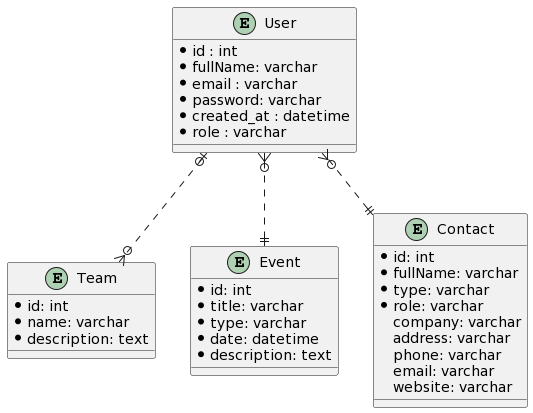
This is application/document/Database.png from Lukam90/Sym-CRM, a PlantUML export, as it was before one commit. Source of this version:
```plantuml
@startuml


entity User {
    *id : int
    *fullName: varchar
    *email : varchar
    *password: varchar
    *created_at : datetime
    *role : varchar
}


entity Team {
    *id: int
    *name: varchar
    *description: text
}


entity Event {
    *id: int
    *title: varchar
    *type: varchar
    *date: datetime
    *description: text
}


entity Contact {
    *id: int
    *fullName: varchar
    *type: varchar
    *role: varchar
    company: varchar
    address: varchar
    phone: varchar
    email: varchar
    website: varchar
}



User |o..o{ Team


User }o..|| Event


User }o..|| Contact
@enduml
```
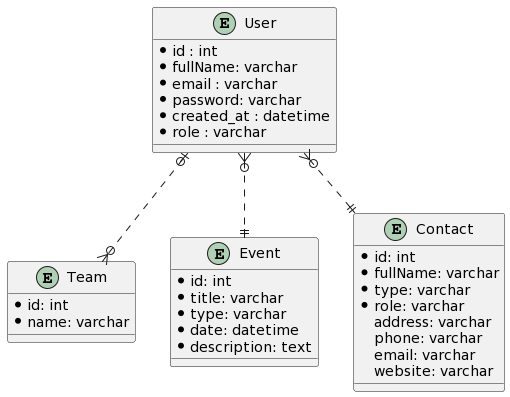
The same diagram one commit later.

Change to the diagram source:
```diff
@@ -14,7 +14,6 @@
 entity Team {
     *id: int
     *name: varchar
-    *description: text
 }
 
 
@@ -32,7 +31,6 @@
     *fullName: varchar
     *type: varchar
     *role: varchar
-    company: varchar
     address: varchar
     phone: varchar
     email: varchar
```
